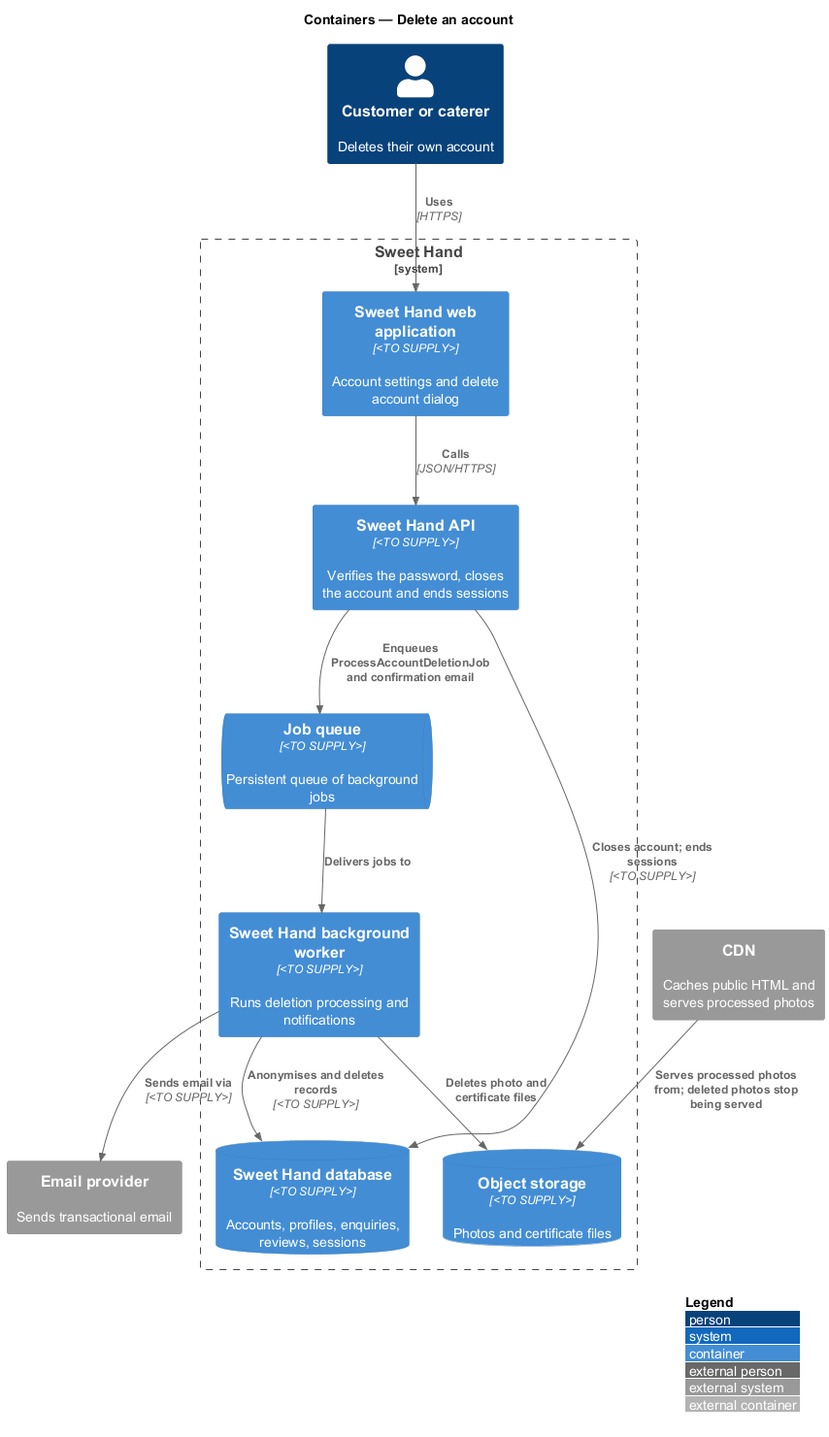
This is docs/detailed-designs/privacy/delete-account/diagrams/c4-container.png from QuinntyneBrown/sweet-hand, a PlantUML export, as it was before one commit. Its diagram source:
```plantuml
@startuml
!include <C4/C4_Container>
LAYOUT_WITH_LEGEND()
title Containers — Delete an account

Person(user, "Customer or caterer", "Deletes their own account")
System_Ext(email, "Email provider", "Sends transactional email")
System_Ext(cdn, "CDN", "Caches public HTML and serves processed photos")
System_Boundary(sweethand, "Sweet Hand") {
  Container(web, "Sweet Hand web application", "<TO SUPPLY>", "Account settings and delete account dialog")
  Container(api, "Sweet Hand API", "<TO SUPPLY>", "Verifies the password, closes the account and ends sessions")
  ContainerQueue(queue, "Job queue", "<TO SUPPLY>", "Persistent queue of background jobs")
  Container(worker, "Sweet Hand background worker", "<TO SUPPLY>", "Runs deletion processing and notifications")
  ContainerDb(db, "Sweet Hand database", "<TO SUPPLY>", "Accounts, profiles, enquiries, reviews, sessions")
  ContainerDb(storage, "Object storage", "<TO SUPPLY>", "Photos and certificate files")
}

Rel(user, web, "Uses", "HTTPS")
Rel(web, api, "Calls", "JSON/HTTPS")
Rel(api, db, "Closes account; ends sessions", "<TO SUPPLY>")
Rel(api, queue, "Enqueues ProcessAccountDeletionJob and confirmation email")
Rel(queue, worker, "Delivers jobs to")
Rel(worker, db, "Anonymises and deletes records", "<TO SUPPLY>")
Rel(worker, storage, "Deletes photo and certificate files")
Rel(cdn, storage, "Serves processed photos from; deleted photos stop being served")
Rel(worker, email, "Sends email via", "<TO SUPPLY>")
@enduml
```
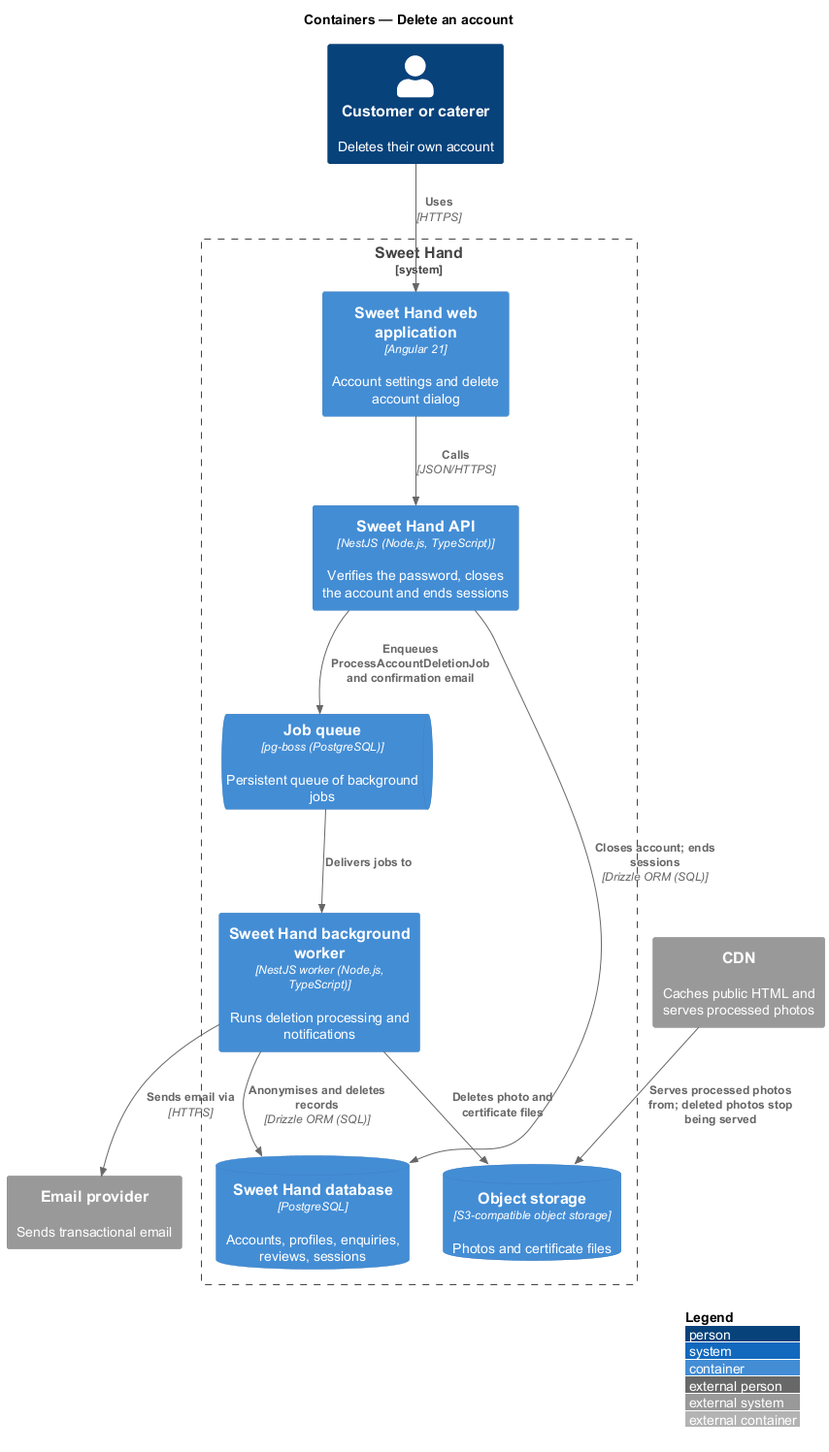
Later version of the same file.

Change to the diagram source:
```diff
@@ -7,21 +7,21 @@
 System_Ext(email, "Email provider", "Sends transactional email")
 System_Ext(cdn, "CDN", "Caches public HTML and serves processed photos")
 System_Boundary(sweethand, "Sweet Hand") {
-  Container(web, "Sweet Hand web application", "<TO SUPPLY>", "Account settings and delete account dialog")
-  Container(api, "Sweet Hand API", "<TO SUPPLY>", "Verifies the password, closes the account and ends sessions")
-  ContainerQueue(queue, "Job queue", "<TO SUPPLY>", "Persistent queue of background jobs")
-  Container(worker, "Sweet Hand background worker", "<TO SUPPLY>", "Runs deletion processing and notifications")
-  ContainerDb(db, "Sweet Hand database", "<TO SUPPLY>", "Accounts, profiles, enquiries, reviews, sessions")
-  ContainerDb(storage, "Object storage", "<TO SUPPLY>", "Photos and certificate files")
+  Container(web, "Sweet Hand web application", "Angular 21", "Account settings and delete account dialog")
+  Container(api, "Sweet Hand API", "NestJS (Node.js, TypeScript)", "Verifies the password, closes the account and ends sessions")
+  ContainerQueue(queue, "Job queue", "pg-boss (PostgreSQL)", "Persistent queue of background jobs")
+  Container(worker, "Sweet Hand background worker", "NestJS worker (Node.js, TypeScript)", "Runs deletion processing and notifications")
+  ContainerDb(db, "Sweet Hand database", "PostgreSQL", "Accounts, profiles, enquiries, reviews, sessions")
+  ContainerDb(storage, "Object storage", "S3-compatible object storage", "Photos and certificate files")
 }
 
 Rel(user, web, "Uses", "HTTPS")
 Rel(web, api, "Calls", "JSON/HTTPS")
-Rel(api, db, "Closes account; ends sessions", "<TO SUPPLY>")
+Rel(api, db, "Closes account; ends sessions", "Drizzle ORM (SQL)")
 Rel(api, queue, "Enqueues ProcessAccountDeletionJob and confirmation email")
 Rel(queue, worker, "Delivers jobs to")
-Rel(worker, db, "Anonymises and deletes records", "<TO SUPPLY>")
+Rel(worker, db, "Anonymises and deletes records", "Drizzle ORM (SQL)")
 Rel(worker, storage, "Deletes photo and certificate files")
 Rel(cdn, storage, "Serves processed photos from; deleted photos stop being served")
-Rel(worker, email, "Sends email via", "<TO SUPPLY>")
+Rel(worker, email, "Sends email via", "HTTPS")
 @enduml
```
